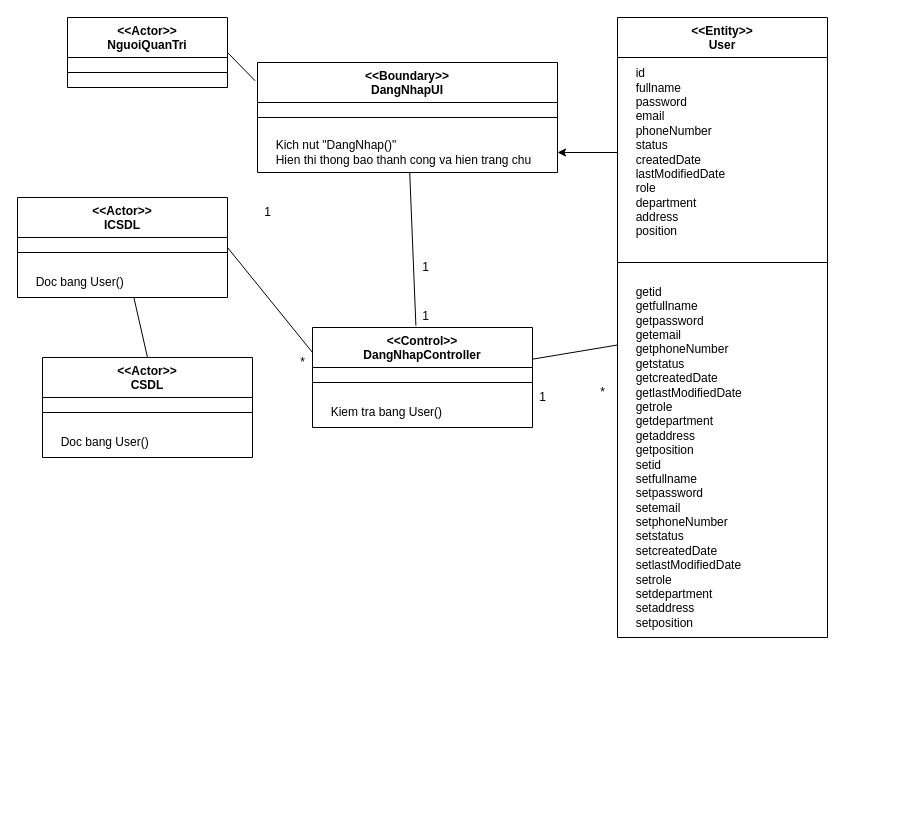
Earlier version of the draw.io diagram page "DangNhap" (4 of 7) of Báo Cáo/VOPC/VPOC.drawio (chickenlazy/college). Source tidied: cells renumbered, new cells numbered last; positions are measured from the earlier drawing's top-left corner, leaving out a move shared by most shapes. Both pictures are drawn from the tidied source at 100%, with x=0, y=0 at pixel (17, 17).
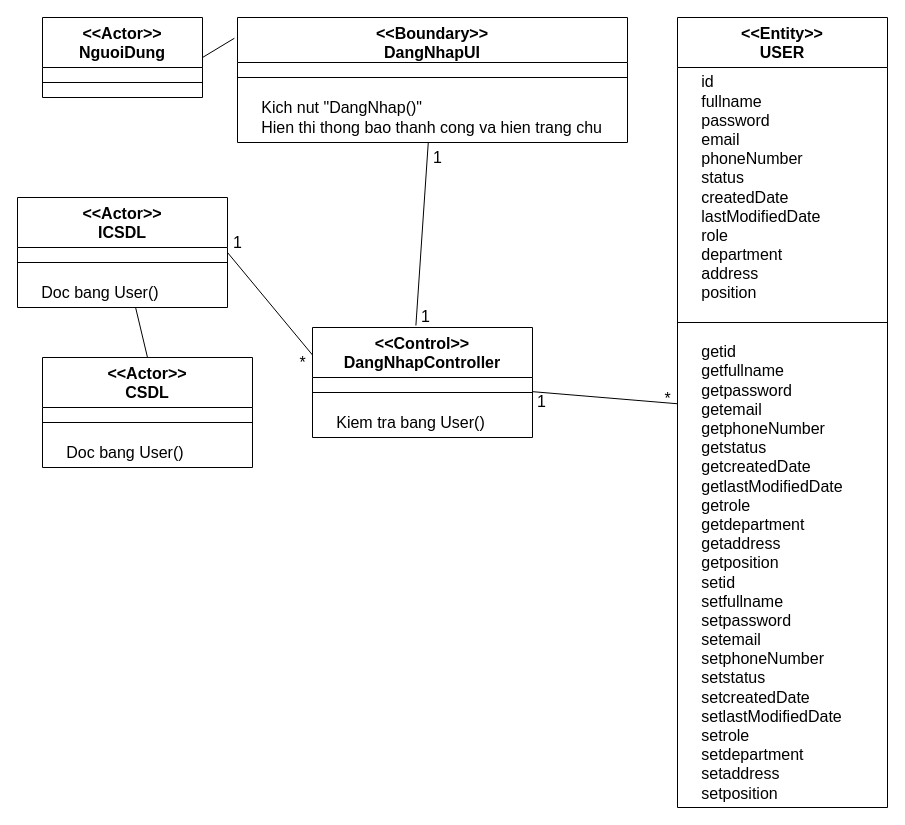
After the change.

The edit, as a diff of the source:
```diff
@@
-    <mxCell id="2" value="&amp;lt;&amp;lt;Actor&amp;gt;&amp;gt;&lt;div&gt;NguoiQuanTri&lt;/div&gt;" style="swimlane;fontStyle=1;align=center;verticalAlign=top;horizontal=1;startSize=40;whiteSpace=wrap;html=1;" parent="1" vertex="1">
-      <mxGeometry x="50" width="160" height="70" as="geometry" />
+    <mxCell id="2" value="&amp;lt;&amp;lt;Actor&amp;gt;&amp;gt;&lt;div&gt;NguoiDung&lt;/div&gt;" style="swimlane;fontStyle=1;align=center;verticalAlign=top;horizontal=1;startSize=50;whiteSpace=wrap;html=1;fontSize=16;" parent="1" vertex="1">
+      <mxGeometry x="25" width="160" height="80" as="geometry" />
     </mxCell>
-    <mxCell id="3" style="line;strokeWidth=1;fillColor=none;align=left;verticalAlign=middle;spacingTop=-1;spacingLeft=3;spacingRight=3;labelPosition=right;strokeColor=inherit;" parent="2" vertex="1">
-      <mxGeometry y="40" width="160" height="30" as="geometry" />
+    <mxCell id="3" style="line;strokeWidth=1;fillColor=none;align=left;verticalAlign=middle;spacingTop=-1;spacingLeft=3;spacingRight=3;labelPosition=right;strokeColor=inherit;fontSize=16;" parent="2" vertex="1">
+      <mxGeometry y="50" width="160" height="30" as="geometry" />
     </mxCell>
-    <mxCell id="4" value="&amp;lt;&amp;lt;Boundary&amp;gt;&amp;gt;&lt;div&gt;DangNhapUI&lt;/div&gt;" style="swimlane;fontStyle=1;align=center;verticalAlign=top;horizontal=1;startSize=40;whiteSpace=wrap;html=1;" parent="1" vertex="1">
-      <mxGeometry x="240" y="45" width="300" height="110" as="geometry" />
+    <mxCell id="4" value="&amp;lt;&amp;lt;Boundary&amp;gt;&amp;gt;&lt;div&gt;DangNhapUI&lt;/div&gt;" style="swimlane;fontStyle=1;align=center;verticalAlign=top;horizontal=1;startSize=45;whiteSpace=wrap;html=1;fontSize=16;" parent="1" vertex="1">
+      <mxGeometry x="220" width="390" height="125" as="geometry" />
     </mxCell>
-    <mxCell id="5" style="line;strokeWidth=1;fillColor=none;align=left;verticalAlign=middle;spacingTop=-1;spacingLeft=3;spacingRight=3;labelPosition=right;strokeColor=inherit;" parent="4" vertex="1">
-      <mxGeometry y="40" width="300" height="30" as="geometry" />
+    <mxCell id="5" style="line;strokeWidth=1;fillColor=none;align=left;verticalAlign=middle;spacingTop=-1;spacingLeft=3;spacingRight=3;labelPosition=right;strokeColor=inherit;fontSize=16;" parent="4" vertex="1">
+      <mxGeometry y="45" width="390" height="30" as="geometry" />
     </mxCell>
-    <mxCell id="6" value="&amp;nbsp; &amp;nbsp; &amp;nbsp;Kich nut &quot;DangNhap()&quot;&lt;br&gt;&lt;div&gt;&lt;span style=&quot;background-color: transparent; color: light-dark(rgb(0, 0, 0), rgb(255, 255, 255));&quot;&gt;&amp;nbsp; &amp;nbsp; &amp;nbsp;Hien thi thong bao thanh cong va hien trang chu&lt;/span&gt;&lt;span style=&quot;background-color: transparent; color: light-dark(rgb(0, 0, 0), rgb(255, 255, 255));&quot;&gt;&amp;nbsp;&lt;/span&gt;&lt;/div&gt;" style="text;html=1;align=left;verticalAlign=middle;points=[];strokeColor=none;fillColor=none;" parent="4" vertex="1">
-      <mxGeometry y="70" width="300" height="40" as="geometry" />
+    <mxCell id="6" value="&amp;nbsp; &amp;nbsp; &amp;nbsp;Kich nut &quot;DangNhap()&quot;&lt;br&gt;&lt;div&gt;&lt;span style=&quot;background-color: transparent; color: light-dark(rgb(0, 0, 0), rgb(255, 255, 255));&quot;&gt;&amp;nbsp; &amp;nbsp; &amp;nbsp;Hien thi thong bao thanh cong va hien trang chu&lt;/span&gt;&lt;span style=&quot;background-color: transparent; color: light-dark(rgb(0, 0, 0), rgb(255, 255, 255));&quot;&gt;&amp;nbsp;&lt;/span&gt;&lt;/div&gt;" style="text;html=1;align=left;verticalAlign=middle;points=[];strokeColor=none;fillColor=none;fontSize=16;" parent="4" vertex="1">
+      <mxGeometry y="75" width="390" height="50" as="geometry" />
     </mxCell>
-    <mxCell id="7" value="&amp;lt;&amp;lt;Control&amp;gt;&amp;gt;&lt;div&gt;DangNhapController&lt;/div&gt;" style="swimlane;fontStyle=1;align=center;verticalAlign=top;horizontal=1;startSize=40;whiteSpace=wrap;html=1;" parent="1" vertex="1">
-      <mxGeometry x="295" y="310" width="220" height="100" as="geometry" />
+    <mxCell id="7" value="&amp;lt;&amp;lt;Control&amp;gt;&amp;gt;&lt;div&gt;DangNhapController&lt;/div&gt;" style="swimlane;fontStyle=1;align=center;verticalAlign=top;horizontal=1;startSize=50;whiteSpace=wrap;html=1;fontSize=16;" parent="1" vertex="1">
+      <mxGeometry x="295" y="310" width="220" height="110" as="geometry" />
     </mxCell>
-    <mxCell id="8" style="line;strokeWidth=1;fillColor=none;align=left;verticalAlign=middle;spacingTop=-1;spacingLeft=3;spacingRight=3;labelPosition=right;strokeColor=inherit;" parent="7" vertex="1">
-      <mxGeometry y="40" width="220" height="30" as="geometry" />
+    <mxCell id="8" style="line;strokeWidth=1;fillColor=none;align=left;verticalAlign=middle;spacingTop=-1;spacingLeft=3;spacingRight=3;labelPosition=right;strokeColor=inherit;fontSize=16;" parent="7" vertex="1">
+      <mxGeometry y="50" width="220" height="30" as="geometry" />
     </mxCell>
-    <mxCell id="9" value="&amp;nbsp; &amp;nbsp; &amp;nbsp;Kiem tra bang User()" style="text;html=1;align=left;verticalAlign=middle;strokeColor=none;fillColor=none;" parent="7" vertex="1">
-      <mxGeometry y="70" width="220" height="30" as="geometry" />
+    <mxCell id="9" value="&amp;nbsp; &amp;nbsp; &amp;nbsp;Kiem tra bang User()" style="text;html=1;align=left;verticalAlign=middle;strokeColor=none;fillColor=none;fontSize=16;" parent="7" vertex="1">
+      <mxGeometry y="80" width="220" height="30" as="geometry" />
     </mxCell>
-    <mxCell id="10" value="&amp;lt;&amp;lt;Actor&amp;gt;&amp;gt;&lt;div&gt;CSDL&lt;/div&gt;" style="swimlane;fontStyle=1;align=center;verticalAlign=top;horizontal=1;startSize=40;whiteSpace=wrap;html=1;" parent="1" vertex="1">
-      <mxGeometry x="25" y="340" width="210" height="100" as="geometry" />
+    <mxCell id="10" value="&amp;lt;&amp;lt;Actor&amp;gt;&amp;gt;&lt;div&gt;CSDL&lt;/div&gt;" style="swimlane;fontStyle=1;align=center;verticalAlign=top;horizontal=1;startSize=50;whiteSpace=wrap;html=1;fontSize=16;" parent="1" vertex="1">
+      <mxGeometry x="25" y="340" width="210" height="110" as="geometry" />
     </mxCell>
-    <mxCell id="11" style="line;strokeWidth=1;fillColor=none;align=left;verticalAlign=middle;spacingTop=-1;spacingLeft=3;spacingRight=3;labelPosition=right;strokeColor=inherit;" parent="10" vertex="1">
-      <mxGeometry y="40" width="210" height="30" as="geometry" />
+    <mxCell id="11" style="line;strokeWidth=1;fillColor=none;align=left;verticalAlign=middle;spacingTop=-1;spacingLeft=3;spacingRight=3;labelPosition=right;strokeColor=inherit;fontSize=16;" parent="10" vertex="1">
+      <mxGeometry y="50" width="210" height="30" as="geometry" />
     </mxCell>
-    <mxCell id="12" value="&amp;nbsp; &amp;nbsp; &amp;nbsp;Doc bang User()" style="text;html=1;align=left;verticalAlign=middle;strokeColor=none;fillColor=none;" parent="10" vertex="1">
-      <mxGeometry y="70" width="210" height="30" as="geometry" />
+    <mxCell id="12" value="&amp;nbsp; &amp;nbsp; &amp;nbsp;Doc bang User()" style="text;html=1;align=left;verticalAlign=middle;strokeColor=none;fillColor=none;fontSize=16;" parent="10" vertex="1">
+      <mxGeometry y="80" width="210" height="30" as="geometry" />
     </mxCell>
-    <mxCell id="13" value="&amp;lt;&amp;lt;Actor&amp;gt;&amp;gt;&lt;div&gt;ICSDL&lt;/div&gt;" style="swimlane;fontStyle=1;align=center;verticalAlign=top;horizontal=1;startSize=40;whiteSpace=wrap;html=1;" parent="1" vertex="1">
-      <mxGeometry y="180" width="210" height="100" as="geometry" />
+    <mxCell id="13" value="&amp;lt;&amp;lt;Actor&amp;gt;&amp;gt;&lt;div&gt;ICSDL&lt;/div&gt;" style="swimlane;fontStyle=1;align=center;verticalAlign=top;horizontal=1;startSize=50;whiteSpace=wrap;html=1;fontSize=16;" parent="1" vertex="1">
+      <mxGeometry y="180" width="210" height="110" as="geometry" />
     </mxCell>
-    <mxCell id="14" style="line;strokeWidth=1;fillColor=none;align=left;verticalAlign=middle;spacingTop=-1;spacingLeft=3;spacingRight=3;labelPosition=right;strokeColor=inherit;" parent="13" vertex="1">
-      <mxGeometry y="40" width="210" height="30" as="geometry" />
+    <mxCell id="14" style="line;strokeWidth=1;fillColor=none;align=left;verticalAlign=middle;spacingTop=-1;spacingLeft=3;spacingRight=3;labelPosition=right;strokeColor=inherit;fontSize=16;" parent="13" vertex="1">
+      <mxGeometry y="50" width="210" height="30" as="geometry" />
     </mxCell>
-    <mxCell id="15" value="&amp;nbsp; &amp;nbsp; &amp;nbsp;Doc bang User()" style="text;html=1;align=left;verticalAlign=middle;strokeColor=none;fillColor=none;" parent="13" vertex="1">
-      <mxGeometry y="70" width="210" height="30" as="geometry" />
+    <mxCell id="15" value="&amp;nbsp; &amp;nbsp; &amp;nbsp;Doc bang User()" style="text;html=1;align=left;verticalAlign=middle;strokeColor=none;fillColor=none;fontSize=16;" parent="13" vertex="1">
+      <mxGeometry y="80" width="210" height="30" as="geometry" />
     </mxCell>
-    <mxCell id="16" value="&amp;lt;&amp;lt;Entity&amp;gt;&amp;gt;&lt;div&gt;User&lt;/div&gt;" style="swimlane;fontStyle=1;align=center;verticalAlign=top;horizontal=1;startSize=40;whiteSpace=wrap;html=1;" parent="1" vertex="1">
-      <mxGeometry x="600" width="210" height="620" as="geometry" />
+    <mxCell id="16" value="&amp;lt;&amp;lt;Entity&amp;gt;&amp;gt;&lt;div&gt;USER&lt;/div&gt;" style="swimlane;fontStyle=1;align=center;verticalAlign=top;horizontal=1;startSize=50;whiteSpace=wrap;html=1;fontSize=16;" parent="1" vertex="1">
+      <mxGeometry x="660" width="210" height="790" as="geometry" />
     </mxCell>
-    <mxCell id="17" value="&amp;nbsp; &amp;nbsp; &amp;nbsp;id&lt;div&gt;&amp;nbsp; &amp;nbsp; &amp;nbsp;fullname&lt;/div&gt;&lt;div&gt;&amp;nbsp; &amp;nbsp; &amp;nbsp;password&lt;/div&gt;&lt;div&gt;&amp;nbsp; &amp;nbsp; &amp;nbsp;email&lt;/div&gt;&lt;div&gt;&amp;nbsp; &amp;nbsp; &amp;nbsp;phoneNumber&lt;/div&gt;&lt;div&gt;&amp;nbsp; &amp;nbsp; &amp;nbsp;status&lt;/div&gt;&lt;div&gt;&amp;nbsp; &amp;nbsp; &amp;nbsp;createdDate&lt;/div&gt;&lt;div&gt;&amp;nbsp; &amp;nbsp; &amp;nbsp;lastModifiedDate&lt;/div&gt;&lt;div&gt;&amp;nbsp; &amp;nbsp; &amp;nbsp;role&lt;/div&gt;&lt;div&gt;&amp;nbsp; &amp;nbsp; &amp;nbsp;department&lt;/div&gt;&lt;div&gt;&amp;nbsp; &amp;nbsp; &amp;nbsp;address&lt;/div&gt;&lt;div&gt;&amp;nbsp; &amp;nbsp; &amp;nbsp;position&lt;/div&gt;" style="text;html=1;align=left;verticalAlign=middle;points=[];strokeColor=none;fillColor=none;" parent="16" vertex="1">
-      <mxGeometry y="40" width="210" height="190" as="geometry" />
+    <mxCell id="17" value="&amp;nbsp; &amp;nbsp; &amp;nbsp;id&lt;div&gt;&amp;nbsp; &amp;nbsp; &amp;nbsp;fullname&lt;/div&gt;&lt;div&gt;&amp;nbsp; &amp;nbsp; &amp;nbsp;password&lt;/div&gt;&lt;div&gt;&amp;nbsp; &amp;nbsp; &amp;nbsp;email&lt;/div&gt;&lt;div&gt;&amp;nbsp; &amp;nbsp; &amp;nbsp;phoneNumber&lt;/div&gt;&lt;div&gt;&amp;nbsp; &amp;nbsp; &amp;nbsp;status&lt;/div&gt;&lt;div&gt;&amp;nbsp; &amp;nbsp; &amp;nbsp;createdDate&lt;/div&gt;&lt;div&gt;&amp;nbsp; &amp;nbsp; &amp;nbsp;lastModifiedDate&lt;/div&gt;&lt;div&gt;&amp;nbsp; &amp;nbsp; &amp;nbsp;role&lt;/div&gt;&lt;div&gt;&amp;nbsp; &amp;nbsp; &amp;nbsp;department&lt;/div&gt;&lt;div&gt;&amp;nbsp; &amp;nbsp; &amp;nbsp;address&lt;/div&gt;&lt;div&gt;&amp;nbsp; &amp;nbsp; &amp;nbsp;position&lt;/div&gt;" style="text;html=1;align=left;verticalAlign=middle;points=[];strokeColor=none;fillColor=none;fontSize=16;" parent="16" vertex="1">
+      <mxGeometry y="50" width="210" height="240" as="geometry" />
     </mxCell>
-    <mxCell id="18" style="line;strokeWidth=1;fillColor=none;align=left;verticalAlign=middle;spacingTop=-1;spacingLeft=3;spacingRight=3;labelPosition=right;strokeColor=inherit;" parent="16" vertex="1">
-      <mxGeometry y="230" width="210" height="30" as="geometry" />
+    <mxCell id="18" style="line;strokeWidth=1;fillColor=none;align=left;verticalAlign=middle;spacingTop=-1;spacingLeft=3;spacingRight=3;labelPosition=right;strokeColor=inherit;fontSize=16;" parent="16" vertex="1">
+      <mxGeometry y="290" width="210" height="30" as="geometry" />
     </mxCell>
-    <mxCell id="19" value="&amp;nbsp; &amp;nbsp; &amp;nbsp;getid&lt;div&gt;&amp;nbsp; &amp;nbsp; &amp;nbsp;getfullname&lt;/div&gt;&lt;div&gt;&amp;nbsp; &amp;nbsp; &amp;nbsp;get&lt;span style=&quot;background-color: transparent; color: light-dark(rgb(0, 0, 0), rgb(255, 255, 255));&quot;&gt;password&lt;/span&gt;&lt;/div&gt;&lt;div&gt;&amp;nbsp; &amp;nbsp; &amp;nbsp;get&lt;span style=&quot;background-color: transparent; color: light-dark(rgb(0, 0, 0), rgb(255, 255, 255));&quot;&gt;email&lt;/span&gt;&lt;/div&gt;&lt;div&gt;&amp;nbsp; &amp;nbsp; &amp;nbsp;get&lt;span style=&quot;background-color: transparent; color: light-dark(rgb(0, 0, 0), rgb(255, 255, 255));&quot;&gt;phoneNumber&lt;/span&gt;&lt;/div&gt;&lt;div&gt;&amp;nbsp; &amp;nbsp; &amp;nbsp;getstatus&lt;/div&gt;&lt;div&gt;&amp;nbsp; &amp;nbsp; &amp;nbsp;getcreatedDate&lt;/div&gt;&lt;div&gt;&amp;nbsp; &amp;nbsp; &amp;nbsp;getlastModifiedDate&lt;/div&gt;&lt;div&gt;&amp;nbsp; &amp;nbsp; &amp;nbsp;getrole&lt;/div&gt;&lt;div&gt;&amp;nbsp; &amp;nbsp; &amp;nbsp;getdepartment&lt;/div&gt;&lt;div&gt;&amp;nbsp; &amp;nbsp; &amp;nbsp;getaddress&lt;/div&gt;&lt;div&gt;&amp;nbsp; &amp;nbsp; &amp;nbsp;getposition&lt;/div&gt;&lt;div&gt;&amp;nbsp; &amp;nbsp; &amp;nbsp;setid&lt;div&gt;&amp;nbsp; &amp;nbsp; &amp;nbsp;setfullname&lt;/div&gt;&lt;div&gt;&amp;nbsp; &amp;nbsp; &amp;nbsp;set&lt;span style=&quot;background-color: transparent; color: light-dark(rgb(0, 0, 0), rgb(255, 255, 255));&quot;&gt;password&lt;/span&gt;&lt;/div&gt;&lt;div&gt;&amp;nbsp; &amp;nbsp; &amp;nbsp;set&lt;span style=&quot;background-color: transparent; color: light-dark(rgb(0, 0, 0), rgb(255, 255, 255));&quot;&gt;email&lt;/span&gt;&lt;/div&gt;&lt;div&gt;&amp;nbsp; &amp;nbsp; &amp;nbsp;set&lt;span style=&quot;background-color: transparent; color: light-dark(rgb(0, 0, 0), rgb(255, 255, 255));&quot;&gt;phoneNumber&lt;/span&gt;&lt;/div&gt;&lt;div&gt;&amp;nbsp; &amp;nbsp; &amp;nbsp;setstatus&lt;/div&gt;&lt;div&gt;&amp;nbsp; &amp;nbsp; &amp;nbsp;setcreatedDate&lt;/div&gt;&lt;div&gt;&amp;nbsp; &amp;nbsp; &amp;nbsp;setlastModifiedDate&lt;/div&gt;&lt;div&gt;&amp;nbsp; &amp;nbsp; &amp;nbsp;setrole&lt;/div&gt;&lt;/div&gt;&lt;div&gt;&amp;nbsp; &amp;nbsp; &amp;nbsp;setdepartment&lt;/div&gt;&lt;div&gt;&amp;nbsp; &amp;nbsp; &amp;nbsp;setaddress&lt;/div&gt;&lt;div&gt;&amp;nbsp; &amp;nbsp; &amp;nbsp;setposition&lt;/div&gt;" style="text;html=1;align=left;verticalAlign=middle;strokeColor=none;fillColor=none;" parent="16" vertex="1">
-      <mxGeometry y="260" width="210" height="360" as="geometry" />
+    <mxCell id="19" value="&amp;nbsp; &amp;nbsp; &amp;nbsp;getid&lt;div&gt;&amp;nbsp; &amp;nbsp; &amp;nbsp;getfullname&lt;/div&gt;&lt;div&gt;&amp;nbsp; &amp;nbsp; &amp;nbsp;get&lt;span style=&quot;background-color: transparent; color: light-dark(rgb(0, 0, 0), rgb(255, 255, 255));&quot;&gt;password&lt;/span&gt;&lt;/div&gt;&lt;div&gt;&amp;nbsp; &amp;nbsp; &amp;nbsp;get&lt;span style=&quot;background-color: transparent; color: light-dark(rgb(0, 0, 0), rgb(255, 255, 255));&quot;&gt;email&lt;/span&gt;&lt;/div&gt;&lt;div&gt;&amp;nbsp; &amp;nbsp; &amp;nbsp;get&lt;span style=&quot;background-color: transparent; color: light-dark(rgb(0, 0, 0), rgb(255, 255, 255));&quot;&gt;phoneNumber&lt;/span&gt;&lt;/div&gt;&lt;div&gt;&amp;nbsp; &amp;nbsp; &amp;nbsp;getstatus&lt;/div&gt;&lt;div&gt;&amp;nbsp; &amp;nbsp; &amp;nbsp;getcreatedDate&lt;/div&gt;&lt;div&gt;&amp;nbsp; &amp;nbsp; &amp;nbsp;getlastModifiedDate&lt;/div&gt;&lt;div&gt;&amp;nbsp; &amp;nbsp; &amp;nbsp;getrole&lt;/div&gt;&lt;div&gt;&amp;nbsp; &amp;nbsp; &amp;nbsp;getdepartment&lt;/div&gt;&lt;div&gt;&amp;nbsp; &amp;nbsp; &amp;nbsp;getaddress&lt;/div&gt;&lt;div&gt;&amp;nbsp; &amp;nbsp; &amp;nbsp;getposition&lt;/div&gt;&lt;div&gt;&amp;nbsp; &amp;nbsp; &amp;nbsp;setid&lt;div&gt;&amp;nbsp; &amp;nbsp; &amp;nbsp;setfullname&lt;/div&gt;&lt;div&gt;&amp;nbsp; &amp;nbsp; &amp;nbsp;set&lt;span style=&quot;background-color: transparent; color: light-dark(rgb(0, 0, 0), rgb(255, 255, 255));&quot;&gt;password&lt;/span&gt;&lt;/div&gt;&lt;div&gt;&amp;nbsp; &amp;nbsp; &amp;nbsp;set&lt;span style=&quot;background-color: transparent; color: light-dark(rgb(0, 0, 0), rgb(255, 255, 255));&quot;&gt;email&lt;/span&gt;&lt;/div&gt;&lt;div&gt;&amp;nbsp; &amp;nbsp; &amp;nbsp;set&lt;span style=&quot;background-color: transparent; color: light-dark(rgb(0, 0, 0), rgb(255, 255, 255));&quot;&gt;phoneNumber&lt;/span&gt;&lt;/div&gt;&lt;div&gt;&amp;nbsp; &amp;nbsp; &amp;nbsp;setstatus&lt;/div&gt;&lt;div&gt;&amp;nbsp; &amp;nbsp; &amp;nbsp;setcreatedDate&lt;/div&gt;&lt;div&gt;&amp;nbsp; &amp;nbsp; &amp;nbsp;setlastModifiedDate&lt;/div&gt;&lt;div&gt;&amp;nbsp; &amp;nbsp; &amp;nbsp;setrole&lt;/div&gt;&lt;/div&gt;&lt;div&gt;&amp;nbsp; &amp;nbsp; &amp;nbsp;setdepartment&lt;/div&gt;&lt;div&gt;&amp;nbsp; &amp;nbsp; &amp;nbsp;setaddress&lt;/div&gt;&lt;div&gt;&amp;nbsp; &amp;nbsp; &amp;nbsp;setposition&lt;/div&gt;" style="text;html=1;align=left;verticalAlign=middle;strokeColor=none;fillColor=none;fontSize=16;" parent="16" vertex="1">
+      <mxGeometry y="320" width="210" height="470" as="geometry" />
     </mxCell>
-    <mxCell id="20" style="endArrow=none;html=1;rounded=0;exitX=1;exitY=0.5;exitDx=0;exitDy=0;entryX=-0.008;entryY=0.166;entryDx=0;entryDy=0;entryPerimeter=0;" parent="1" edge="1" source="2" target="4">
+    <mxCell id="20" style="endArrow=none;html=1;rounded=0;exitX=1;exitY=0.5;exitDx=0;exitDy=0;entryX=-0.008;entryY=0.166;entryDx=0;entryDy=0;entryPerimeter=0;fontSize=16;" parent="1" edge="1" source="2" target="4">
       <mxGeometry relative="1" as="geometry" />
     </mxCell>
-    <mxCell id="21" style="endArrow=none;html=1;rounded=0;exitX=0.5;exitY=0;exitDx=0;exitDy=0;" parent="1" edge="1" source="10" target="13">
+    <mxCell id="21" style="endArrow=none;html=1;rounded=0;exitX=0.5;exitY=0;exitDx=0;exitDy=0;fontSize=16;" parent="1" edge="1" source="10" target="13">
       <mxGeometry relative="1" as="geometry" />
     </mxCell>
-    <mxCell id="22" style="endArrow=none;html=1;rounded=0;exitX=0;exitY=0.25;exitDx=0;exitDy=0;entryX=1;entryY=0.5;entryDx=0;entryDy=0;" parent="1" edge="1" source="7" target="13">
+    <mxCell id="22" style="endArrow=none;html=1;rounded=0;exitX=0;exitY=0.25;exitDx=0;exitDy=0;entryX=1;entryY=0.5;entryDx=0;entryDy=0;fontSize=16;" parent="1" edge="1" source="7" target="13">
       <mxGeometry relative="1" as="geometry" />
     </mxCell>
-    <mxCell id="23" style="endArrow=none;html=1;rounded=0;" parent="1" edge="1" source="7" target="16">
+    <mxCell id="23" style="endArrow=none;html=1;rounded=0;fontSize=16;" parent="1" edge="1" source="7" target="16">
       <mxGeometry relative="1" as="geometry" />
     </mxCell>
-    <mxCell id="24" style="endArrow=none;html=1;rounded=0;exitX=0.47;exitY=-0.018;exitDx=0;exitDy=0;exitPerimeter=0;" parent="1" edge="1" source="7" target="4">
+    <mxCell id="24" style="endArrow=none;html=1;rounded=0;exitX=0.47;exitY=-0.018;exitDx=0;exitDy=0;exitPerimeter=0;fontSize=16;" parent="1" edge="1" source="7" target="4">
       <mxGeometry relative="1" as="geometry" />
     </mxCell>
-    <mxCell id="25" value="1" style="text;html=1;align=center;verticalAlign=middle;strokeColor=none;fillColor=none;" parent="1" vertex="1">
-      <mxGeometry x="510" y="365" width="30" height="30" as="geometry" />
+    <mxCell id="25" value="1" style="text;html=1;align=center;verticalAlign=middle;strokeColor=none;fillColor=none;fontSize=16;" parent="1" vertex="1">
+      <mxGeometry x="509" y="369" width="30" height="30" as="geometry" />
     </mxCell>
-    <mxCell id="26" value="*" style="text;html=1;align=center;verticalAlign=middle;strokeColor=none;fillColor=none;" parent="1" vertex="1">
-      <mxGeometry x="570" y="360" width="30" height="30" as="geometry" />
+    <mxCell id="26" value="*" style="text;html=1;align=center;verticalAlign=middle;strokeColor=none;fillColor=none;fontSize=16;" parent="1" vertex="1">
+      <mxGeometry x="635" y="366" width="30" height="30" as="geometry" />
     </mxCell>
-    <mxCell id="27" value="1" style="text;html=1;align=center;verticalAlign=middle;strokeColor=none;fillColor=none;" parent="1" vertex="1">
-      <mxGeometry x="235" y="180" width="30" height="30" as="geometry" />
+    <mxCell id="27" value="1" style="text;html=1;align=center;verticalAlign=middle;strokeColor=none;fillColor=none;fontSize=16;" parent="1" vertex="1">
+      <mxGeometry x="205" y="210" width="30" height="30" as="geometry" />
     </mxCell>
-    <mxCell id="28" value="*" style="text;html=1;align=center;verticalAlign=middle;strokeColor=none;fillColor=none;" parent="1" vertex="1">
+    <mxCell id="28" value="*" style="text;html=1;align=center;verticalAlign=middle;strokeColor=none;fillColor=none;fontSize=16;" parent="1" vertex="1">
       <mxGeometry x="270" y="330" width="30" height="30" as="geometry" />
     </mxCell>
-    <mxCell id="29" value="1" style="text;html=1;align=center;verticalAlign=middle;strokeColor=none;fillColor=none;" parent="1" vertex="1">
-      <mxGeometry x="393" y="235" width="30" height="30" as="geometry" />
+    <mxCell id="29" value="1" style="text;html=1;align=center;verticalAlign=middle;strokeColor=none;fillColor=none;fontSize=16;" parent="1" vertex="1">
+      <mxGeometry x="405" y="125" width="30" height="30" as="geometry" />
     </mxCell>
-    <mxCell id="30" value="1" style="text;html=1;align=center;verticalAlign=middle;strokeColor=none;fillColor=none;" parent="1" vertex="1">
+    <mxCell id="30" value="1" style="text;html=1;align=center;verticalAlign=middle;strokeColor=none;fillColor=none;fontSize=16;" parent="1" vertex="1">
       <mxGeometry x="393" y="284" width="30" height="30" as="geometry" />
     </mxCell>
-    <mxCell id="31" style="edgeStyle=orthogonalEdgeStyle;rounded=0;jettySize=auto;html=1;" parent="1" edge="1" source="17" target="6">
-      <mxGeometry relative="1" as="geometry" />
-    </mxCell>
```
